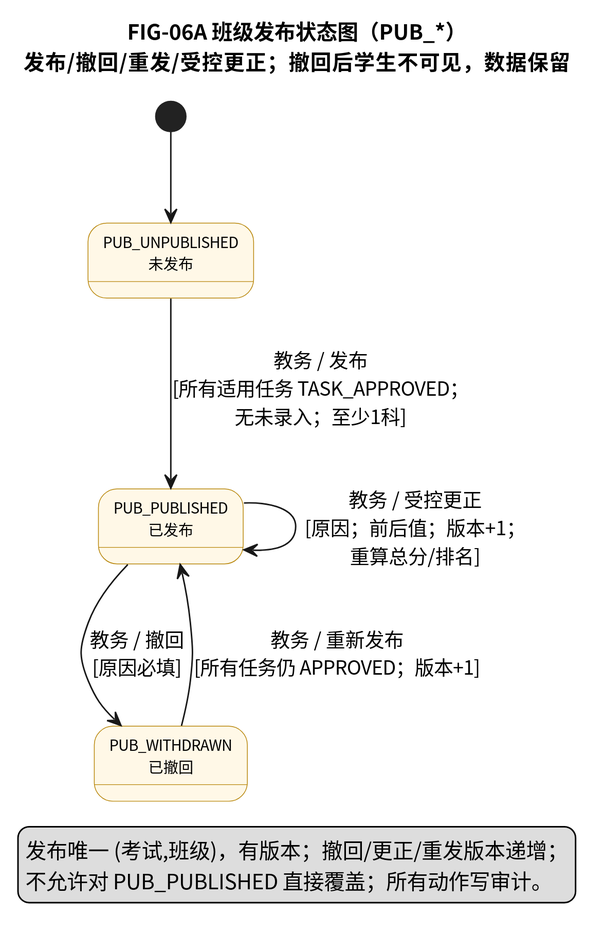
Above: docs/requirements/diagrams/svg/FIG-06A-成绩发布状态图.svg in Creepppper/Student_System (PlantUML), before the change. Its diagram source:
```plantuml
@startuml
skinparam defaultFontName "Noto Sans CJK SC"
skinparam dpi 200
skinparam shadowing false
skinparam stateFontSize 10
skinparam state {
  BackgroundColor #FFF8E7
  BorderColor #B8860B
}
title FIG-06A 班级发布状态图（PUB_*）\n发布/撤回/重发/受控更正；撤回后学生不可见，数据保留

state "PUB_UNPUBLISHED\n未发布" as U
state "PUB_PUBLISHED\n已发布" as P
state "PUB_WITHDRAWN\n已撤回" as W

[*] --> U
U --> P : 教务 / 发布\n[所有适用任务 TASK_APPROVED；\n无未录入；至少1科]
P --> W : 教务 / 撤回\n[原因必填]
W --> P : 教务 / 重新发布\n[所有任务仍 APPROVED；版本+1]
P --> P : 教务 / 受控更正\n[原因；前后值；版本+1；\n重算总分/排名]
legend bottom
  发布唯一 (考试,班级)，有版本；撤回/更正/重发版本递增；
  不允许对 PUB_PUBLISHED 直接覆盖；所有动作写审计。
endlegend
@enduml
```
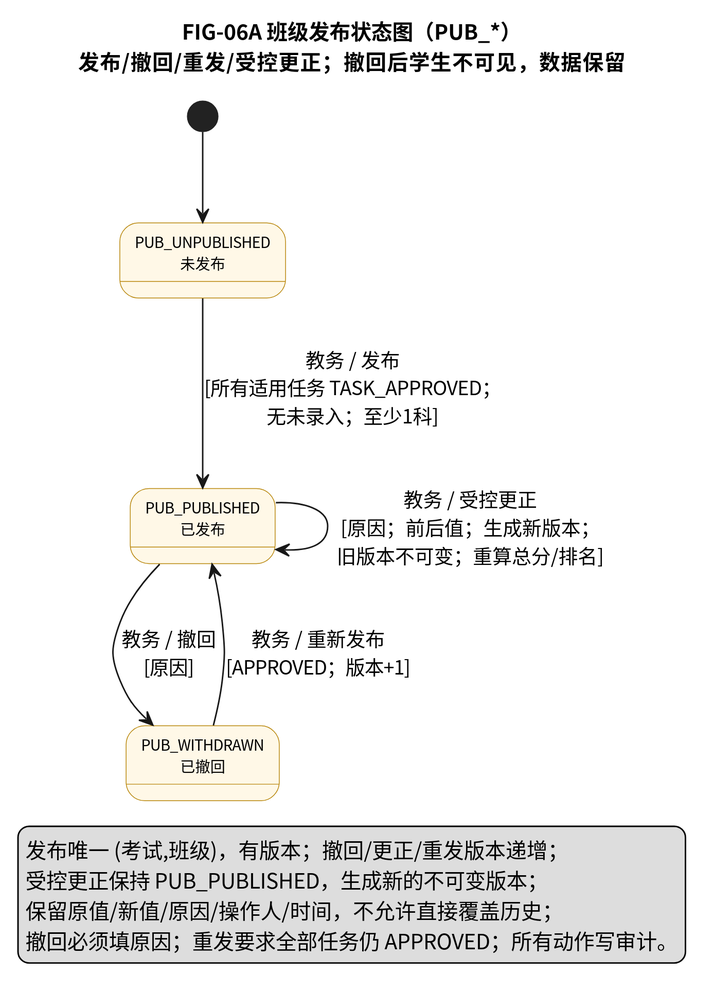
Later version of the same file.

The edit, as a diff of the source:
```diff
@@ -15,11 +15,13 @@
 
 [*] --> U
 U --> P : 教务 / 发布\n[所有适用任务 TASK_APPROVED；\n无未录入；至少1科]
-P --> W : 教务 / 撤回\n[原因必填]
-W --> P : 教务 / 重新发布\n[所有任务仍 APPROVED；版本+1]
-P --> P : 教务 / 受控更正\n[原因；前后值；版本+1；\n重算总分/排名]
+P --> W : 教务 / 撤回\n[原因]
+W --> P : 教务 / 重新发布\n[APPROVED；版本+1]
+P --> P : 教务 / 受控更正\n[原因；前后值；生成新版本；\n旧版本不可变；重算总分/排名]
 legend bottom
   发布唯一 (考试,班级)，有版本；撤回/更正/重发版本递增；
-  不允许对 PUB_PUBLISHED 直接覆盖；所有动作写审计。
+  受控更正保持 PUB_PUBLISHED，生成新的不可变版本；
+  保留原值/新值/原因/操作人/时间，不允许直接覆盖历史；
+  撤回必须填原因；重发要求全部任务仍 APPROVED；所有动作写审计。
 endlegend
 @enduml
```
